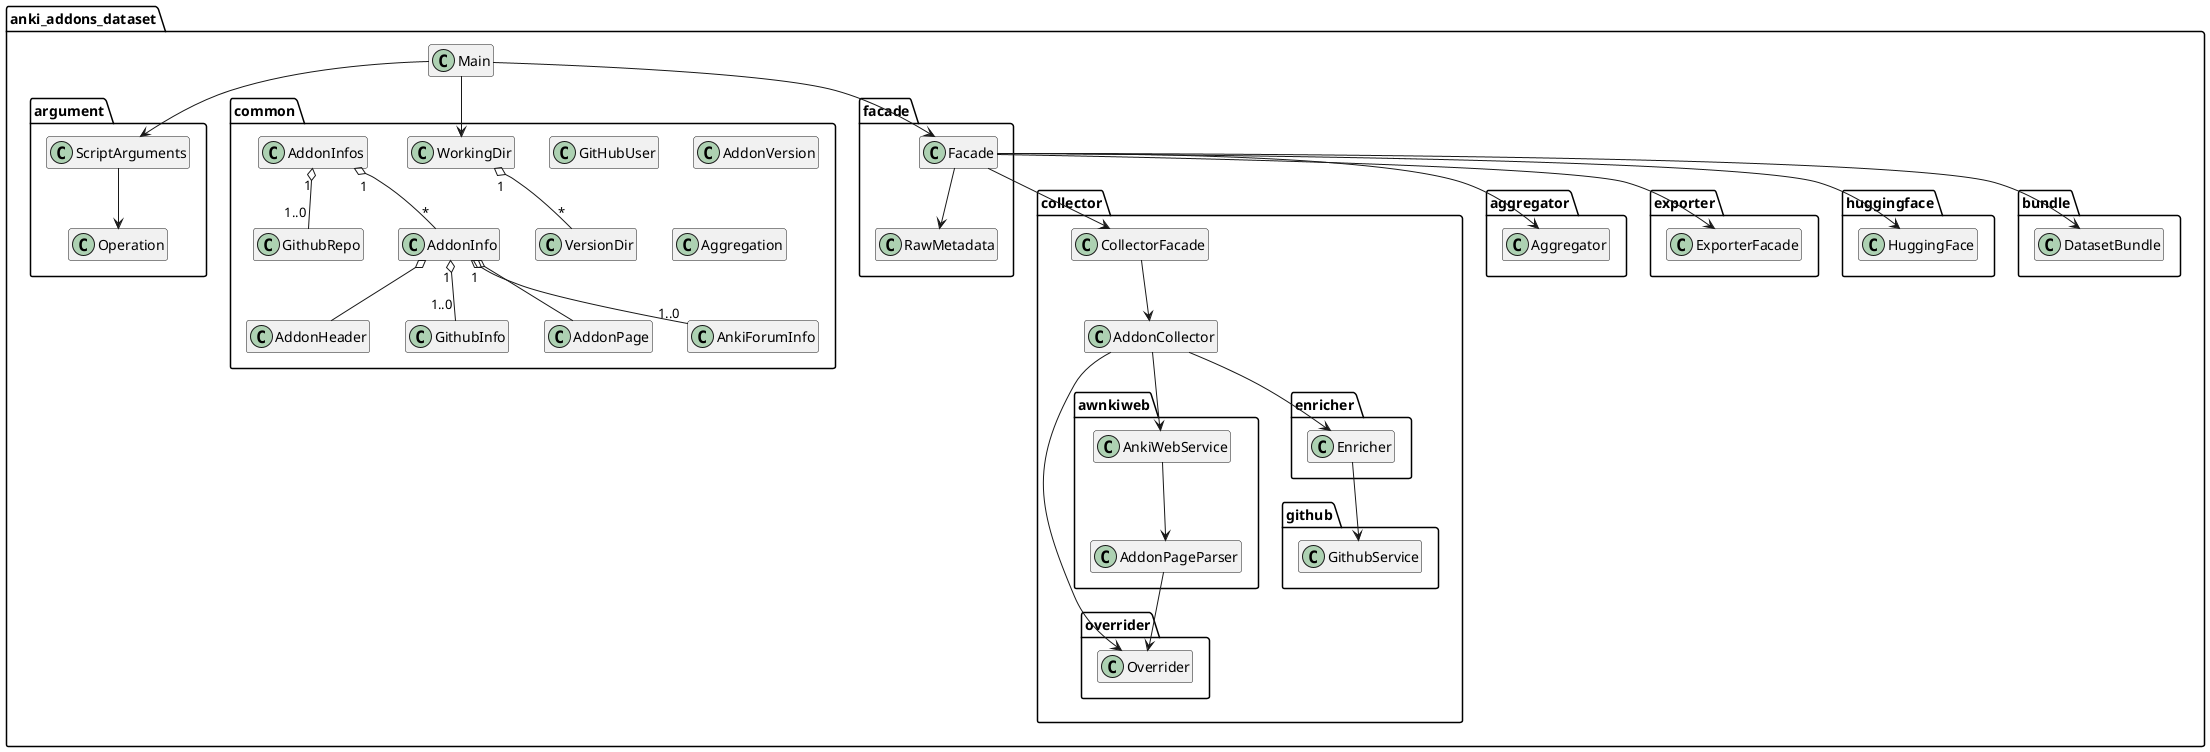
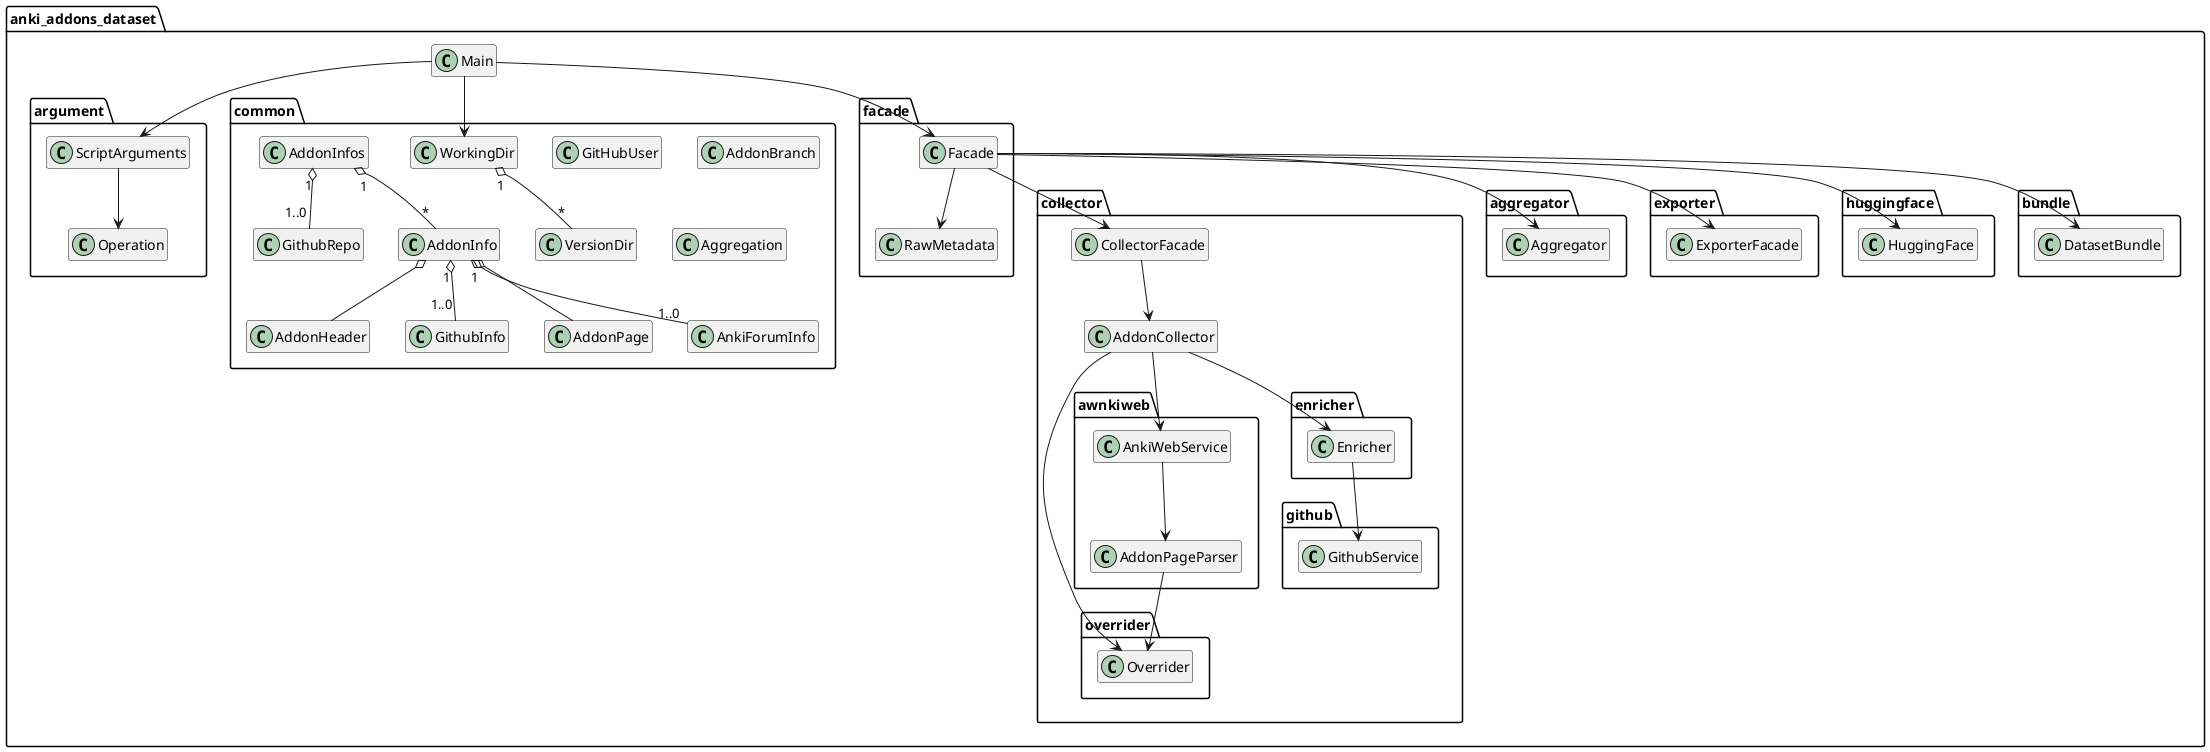
@startuml
'https://plantuml.com/class-diagram
hide empty members

package anki_addons_dataset {
    class Main
    package argument {
        class ScriptArguments
        class Operation
    }
    package common {
        class WorkingDir
        class VersionDir
        class AddonInfos
        class AddonHeader
        class GitHubUser
        class GithubRepo
        class GithubInfo
-         class AddonVersion
+         class AddonBranch
        class AddonPage
        class AddonInfo
        class AnkiForumInfo
        class Aggregation
    }
    package facade {
        class Facade
        class RawMetadata
    }
    package collector {
        class CollectorFacade
        class AddonCollector
        package overrider {
            class Overrider
        }
        package awnkiweb {
            class AddonPageParser
            class AnkiWebService
        }
        package github {
            class GithubService
        }
        package enricher {
            class Enricher
        }
    }
    package aggregator {
        class Aggregator
    }
    package exporter {
        class ExporterFacade
    }
    package huggingface {
        class HuggingFace
    }
    package bundle {
        class DatasetBundle
    }
}

ScriptArguments --> Operation
Main --> ScriptArguments
Main --> WorkingDir
Main --> Facade
WorkingDir "1" o-- "*" VersionDir
Facade --> RawMetadata
Facade --> CollectorFacade
CollectorFacade --> AddonCollector
AddonPageParser --> Overrider
AnkiWebService --> AddonPageParser
AddonCollector --> AnkiWebService
AddonCollector --> Overrider
Enricher --> GithubService
AddonCollector --> Enricher
Facade --> Aggregator
Facade --> ExporterFacade
Facade --> HuggingFace
Facade --> DatasetBundle

AddonInfos "1" o-- "*" AddonInfo
AddonInfos "1" o-- "1..0" GithubRepo
AddonInfo o-- AddonHeader
AddonInfo o-- AddonPage
AddonInfo "1" o-- "1..0" GithubInfo
AddonInfo "1" o-- "1..0" AnkiForumInfo

@enduml